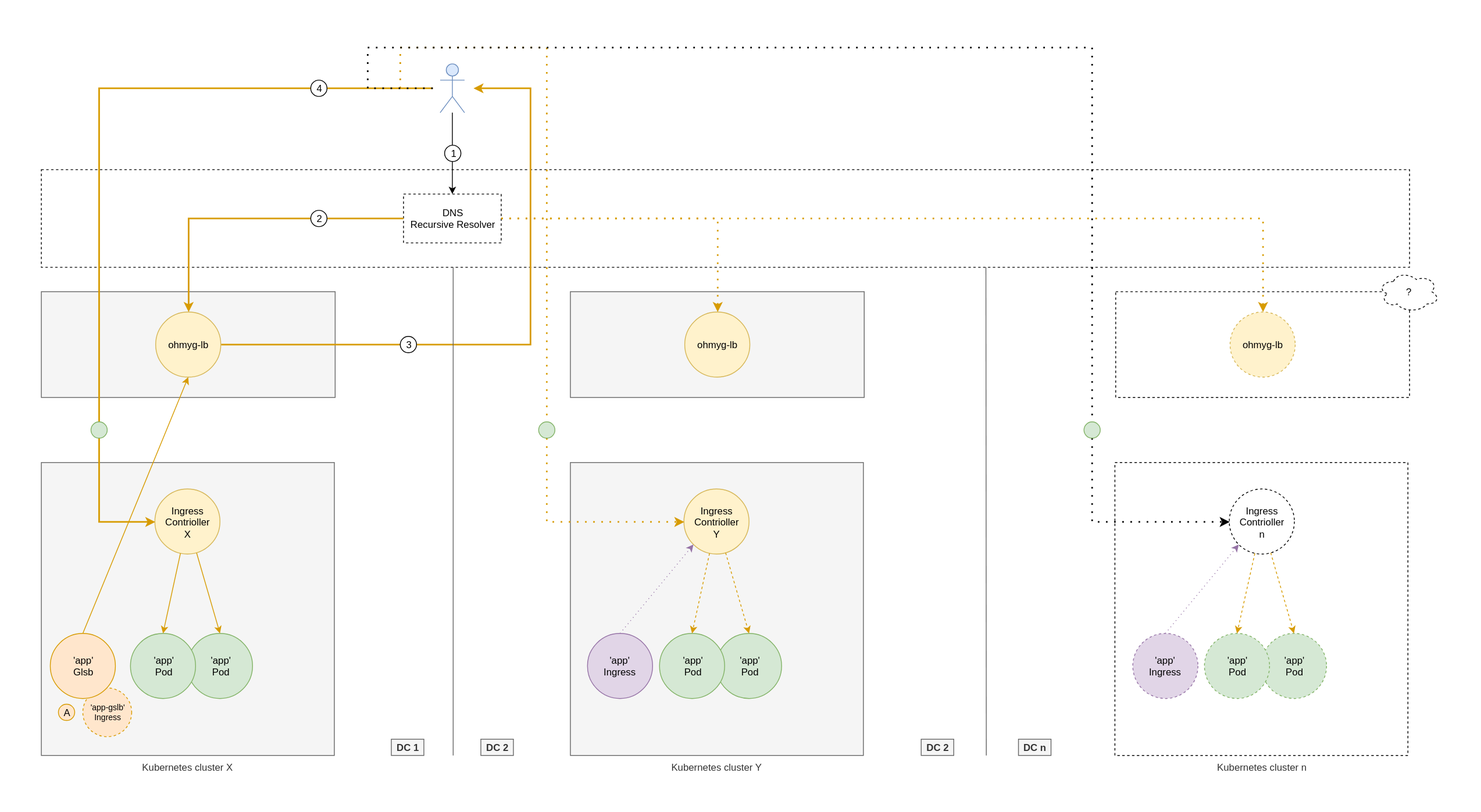
k8gb-io/k8gb keeps this draw.io diagram as docs/images/gslb-basic.svg. Above is the earlier version. Source tidied: cells renumbered, new cells last; positions are measured from the earlier drawing's top-left corner, leaving out a move shared by most shapes.
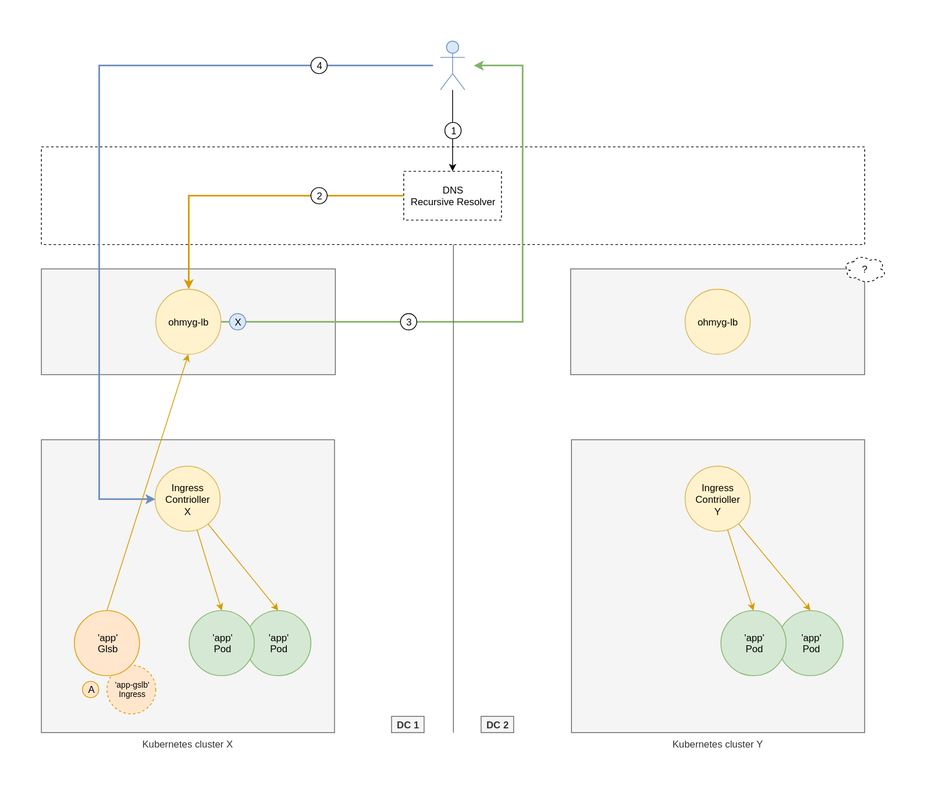
The same diagram one commit later.

What changed in the source:
```diff
@@ -3,7 +3,7 @@
     <mxCell id="0" />
     <mxCell id="1" parent="0" />
     <mxCell id="2" style="rounded=0;whiteSpace=wrap;html=1;dashed=1;" parent="1" vertex="1">
-      <mxGeometry y="150" width="1681" height="120" as="geometry" />
+      <mxGeometry y="150" width="1011" height="120" as="geometry" />
     </mxCell>
     <mxCell id="3" style="edgeStyle=orthogonalEdgeStyle;rounded=0;jettySize=auto;html=1;entryX=0.5;entryY=0;entryDx=0;entryDy=0;" parent="1" edge="1" source="4" target="5">
       <mxGeometry relative="1" as="geometry" />
@@ -24,13 +24,13 @@
       <mxGeometry x="139.5" y="542.5" width="80" height="80" as="geometry" />
     </mxCell>
     <mxCell id="9" value="'app'&lt;br&gt;Pod" style="ellipse;whiteSpace=wrap;html=1;fillColor=#d5e8d4;strokeColor=#82b366;" parent="1" vertex="1">
-      <mxGeometry x="179.5" y="720" width="80" height="80" as="geometry" />
+      <mxGeometry x="251" y="720" width="80" height="80" as="geometry" />
     </mxCell>
     <mxCell id="10" style="edgeStyle=none;rounded=0;jettySize=auto;html=1;entryX=0.5;entryY=0;entryDx=0;entryDy=0;fillColor=#ffe6cc;strokeColor=#d79b00;" parent="1" edge="1" source="8" target="9">
       <mxGeometry relative="1" as="geometry" />
     </mxCell>
     <mxCell id="11" value="'app'&lt;br&gt;Pod" style="ellipse;whiteSpace=wrap;html=1;fillColor=#d5e8d4;strokeColor=#82b366;" parent="1" vertex="1">
-      <mxGeometry x="109.5" y="720" width="80" height="80" as="geometry" />
+      <mxGeometry x="181.5" y="720" width="80" height="80" as="geometry" />
     </mxCell>
     <mxCell id="12" style="rounded=0;jettySize=auto;html=1;entryX=0.5;entryY=0;entryDx=0;entryDy=0;fillColor=#ffe6cc;strokeColor=#d79b00;" parent="1" edge="1" source="8" target="11">
       <mxGeometry relative="1" as="geometry" />
@@ -50,7 +50,7 @@
     <mxCell id="17" value="ohmyg-lb" style="ellipse;whiteSpace=wrap;html=1;fillColor=#fff2cc;strokeColor=#d6b656;" parent="1" vertex="1">
       <mxGeometry x="790.5" y="325" width="80" height="80" as="geometry" />
     </mxCell>
-    <mxCell id="18" style="edgeStyle=orthogonalEdgeStyle;rounded=0;jettySize=auto;html=1;entryX=0;entryY=0.5;entryDx=0;entryDy=0;fillColor=#ffe6cc;strokeColor=#d79b00;strokeWidth=2;" parent="1" edge="1" target="8">
+    <mxCell id="18" style="edgeStyle=orthogonalEdgeStyle;rounded=0;jettySize=auto;html=1;entryX=0;entryY=0.5;entryDx=0;entryDy=0;fillColor=#dae8fc;strokeColor=#6c8ebf;strokeWidth=2;" parent="1" edge="1" target="8">
       <mxGeometry relative="1" as="geometry">
         <mxPoint x="481" y="50" as="sourcePoint" />
         <Array as="points">
@@ -59,12 +59,12 @@
         </Array>
       </mxGeometry>
     </mxCell>
-    <mxCell id="19" style="edgeStyle=orthogonalEdgeStyle;rounded=0;jettySize=auto;html=1;exitX=1;exitY=0.5;exitDx=0;exitDy=0;fillColor=#ffe6cc;strokeColor=#d79b00;strokeWidth=2;" parent="1" edge="1" source="14">
+    <mxCell id="19" style="edgeStyle=orthogonalEdgeStyle;rounded=0;jettySize=auto;html=1;exitX=1;exitY=0.5;exitDx=0;exitDy=0;fillColor=#d5e8d4;strokeColor=#82b366;strokeWidth=2;" parent="1" edge="1" source="14">
       <mxGeometry relative="1" as="geometry">
         <mxPoint x="531" y="50" as="targetPoint" />
         <Array as="points">
-          <mxPoint x="601" y="365" />
-          <mxPoint x="601" y="50" />
+          <mxPoint x="591" y="365" />
+          <mxPoint x="591" y="50" />
         </Array>
       </mxGeometry>
     </mxCell>
@@ -75,143 +75,62 @@
         </Array>
       </mxGeometry>
     </mxCell>
-    <mxCell id="21" value="&lt;span style=&quot;white-space: normal&quot;&gt;Kubernetes cluster Y&lt;/span&gt;" style="rounded=0;whiteSpace=wrap;html=1;fillColor=#f5f5f5;strokeColor=#666666;fontColor=#333333;labelPosition=center;verticalLabelPosition=bottom;align=center;verticalAlign=top;" parent="1" vertex="1">
-      <mxGeometry x="650" y="510" width="360" height="360" as="geometry" />
+    <mxCell id="21" value="2" style="ellipse;whiteSpace=wrap;html=1;fillColor=#FFFFFF;" parent="1" vertex="1">
+      <mxGeometry x="331" y="200" width="20" height="20" as="geometry" />
     </mxCell>
-    <mxCell id="22" value="Ingress Contrioller&lt;br&gt;Y" style="ellipse;whiteSpace=wrap;html=1;fillColor=#fff2cc;strokeColor=#d6b656;" parent="1" vertex="1">
-      <mxGeometry x="789.5" y="542.5" width="80" height="80" as="geometry" />
+    <mxCell id="22" value="4" style="ellipse;whiteSpace=wrap;html=1;fillColor=#FFFFFF;" parent="1" vertex="1">
+      <mxGeometry x="331" y="40" width="20" height="20" as="geometry" />
     </mxCell>
-    <mxCell id="23" value="'app'&lt;br&gt;Pod" style="ellipse;whiteSpace=wrap;html=1;fillColor=#d5e8d4;strokeColor=#82b366;" parent="1" vertex="1">
-      <mxGeometry x="829.5" y="720" width="80" height="80" as="geometry" />
+    <mxCell id="23" style="endArrow=none;html=1;strokeWidth=1;fillColor=#f5f5f5;strokeColor=#666666;rounded=0;" parent="1" edge="1">
+      <mxGeometry relative="1" as="geometry">
+        <mxPoint x="506" y="870" as="sourcePoint" />
+        <mxPoint x="506" y="270" as="targetPoint" />
+      </mxGeometry>
     </mxCell>
-    <mxCell id="24" style="edgeStyle=none;rounded=0;jettySize=auto;html=1;entryX=0.5;entryY=0;entryDx=0;entryDy=0;dashed=1;fillColor=#ffe6cc;strokeColor=#d79b00;" parent="1" edge="1" source="22" target="23">
-      <mxGeometry relative="1" as="geometry" />
+    <mxCell id="24" value="DC 1" style="text;html=1;align=center;verticalAlign=top;spacingTop=-4;fontStyle=1;fillColor=#f5f5f5;strokeColor=#666666;fontColor=#333333;" parent="1" vertex="1">
+      <mxGeometry x="430" y="850" width="40" height="20" as="geometry" />
     </mxCell>
-    <mxCell id="25" value="'app'&lt;br&gt;Pod" style="ellipse;whiteSpace=wrap;html=1;fillColor=#d5e8d4;strokeColor=#82b366;" parent="1" vertex="1">
-      <mxGeometry x="759.5" y="720" width="80" height="80" as="geometry" />
+    <mxCell id="25" value="DC 2" style="text;html=1;points=[];align=center;verticalAlign=top;spacingTop=-4;fontStyle=1;fillColor=#f5f5f5;strokeColor=#666666;fontColor=#333333;" parent="1" vertex="1">
+      <mxGeometry x="540" y="850" width="40" height="20" as="geometry" />
     </mxCell>
-    <mxCell id="26" style="rounded=0;jettySize=auto;html=1;entryX=0.5;entryY=0;entryDx=0;entryDy=0;dashed=1;fillColor=#ffe6cc;strokeColor=#d79b00;" parent="1" edge="1" source="22" target="25">
-      <mxGeometry relative="1" as="geometry" />
+    <mxCell id="26" value="3" style="ellipse;whiteSpace=wrap;html=1;fillColor=#FFFFFF;" parent="1" vertex="1">
+      <mxGeometry x="441" y="355" width="20" height="20" as="geometry" />
     </mxCell>
-    <mxCell id="27" value="2" style="ellipse;whiteSpace=wrap;html=1;fillColor=#FFFFFF;" parent="1" vertex="1">
-      <mxGeometry x="331" y="200" width="20" height="20" as="geometry" />
+    <mxCell id="27" value="?" style="ellipse;shape=cloud;whiteSpace=wrap;html=1;dashed=1;" parent="1" vertex="1">
+      <mxGeometry x="984.5" y="282.5" width="53" height="35" as="geometry" />
     </mxCell>
-    <mxCell id="28" value="4" style="ellipse;whiteSpace=wrap;html=1;fillColor=#FFFFFF;" parent="1" vertex="1">
-      <mxGeometry x="331" y="40" width="20" height="20" as="geometry" />
+    <mxCell id="28" value="A" style="ellipse;whiteSpace=wrap;html=1;fillColor=#ffe6cc;strokeColor=#d79b00;" parent="1" vertex="1">
+      <mxGeometry x="50.5" y="807" width="20" height="20" as="geometry" />
     </mxCell>
-    <mxCell id="29" style="endArrow=none;html=1;strokeWidth=1;fillColor=#f5f5f5;strokeColor=#666666;rounded=0;" parent="1" edge="1">
-      <mxGeometry relative="1" as="geometry">
-        <mxPoint x="506" y="870" as="sourcePoint" />
-        <mxPoint x="506" y="270" as="targetPoint" />
-      </mxGeometry>
+    <mxCell id="29" value="'app-gslb'&lt;br style=&quot;font-size: 10px;&quot;&gt;Ingress" style="ellipse;whiteSpace=wrap;html=1;fillColor=#ffe6cc;strokeColor=#d79b00;fontSize=10;dashed=1;" parent="1" vertex="1">
+      <mxGeometry x="80.5" y="787" width="60" height="60" as="geometry" />
     </mxCell>
-    <mxCell id="30" value="DC 1" style="text;html=1;align=center;verticalAlign=top;spacingTop=-4;fontStyle=1;fillColor=#f5f5f5;strokeColor=#666666;fontColor=#333333;" parent="1" vertex="1">
-      <mxGeometry x="430" y="850" width="40" height="20" as="geometry" />
+    <mxCell id="30" style="edgeStyle=none;rounded=0;jettySize=auto;html=1;exitX=0.5;exitY=0;exitDx=0;exitDy=0;entryX=0.5;entryY=1;entryDx=0;entryDy=0;strokeWidth=1;fontSize=10;fillColor=#ffe6cc;strokeColor=#d79b00;" parent="1" edge="1" source="31" target="14">
+      <mxGeometry relative="1" as="geometry" />
     </mxCell>
-    <mxCell id="31" value="DC 2" style="text;html=1;points=[];align=center;verticalAlign=top;spacingTop=-4;fontStyle=1;fillColor=#f5f5f5;strokeColor=#666666;fontColor=#333333;" parent="1" vertex="1">
-      <mxGeometry x="540" y="850" width="40" height="20" as="geometry" />
+    <mxCell id="31" value="'app'&lt;br&gt;Glsb" style="ellipse;whiteSpace=wrap;html=1;fillColor=#ffe6cc;strokeColor=#d79b00;" parent="1" vertex="1">
+      <mxGeometry x="40.5" y="720" width="80" height="80" as="geometry" />
     </mxCell>
-    <mxCell id="32" value="3" style="ellipse;whiteSpace=wrap;html=1;fillColor=#FFFFFF;" parent="1" vertex="1">
-      <mxGeometry x="441" y="355" width="20" height="20" as="geometry" />
+    <mxCell id="32" value="Kubernetes cluster Y" style="rounded=0;whiteSpace=wrap;html=1;fillColor=#f5f5f5;strokeColor=#666666;fontColor=#333333;labelPosition=center;verticalLabelPosition=bottom;align=center;verticalAlign=top;" parent="1" vertex="1">
+      <mxGeometry x="651" y="510" width="360" height="360" as="geometry" />
     </mxCell>
-    <mxCell id="33" style="edgeStyle=orthogonalEdgeStyle;rounded=0;jettySize=auto;html=1;entryX=0.5;entryY=0;entryDx=0;entryDy=0;fillColor=#ffe6cc;strokeColor=#d79b00;dashed=1;dashPattern=1 4;strokeWidth=2;" parent="1" edge="1" source="5" target="17">
-      <mxGeometry relative="1" as="geometry" />
+    <mxCell id="33" value="Ingress Contrioller&lt;br&gt;Y" style="ellipse;whiteSpace=wrap;html=1;fillColor=#fff2cc;strokeColor=#d6b656;" parent="1" vertex="1">
+      <mxGeometry x="790.5" y="542.5" width="80" height="80" as="geometry" />
     </mxCell>
-    <mxCell id="34" style="rounded=0;whiteSpace=wrap;html=1;dashed=1;" parent="1" vertex="1">
-      <mxGeometry x="1320" y="300" width="361" height="130" as="geometry" />
+    <mxCell id="34" value="'app'&lt;br&gt;Pod" style="ellipse;whiteSpace=wrap;html=1;fillColor=#d5e8d4;strokeColor=#82b366;" parent="1" vertex="1">
+      <mxGeometry x="904.5" y="720" width="80" height="80" as="geometry" />
     </mxCell>
-    <mxCell id="35" value="ohmyg-lb" style="ellipse;whiteSpace=wrap;html=1;fillColor=#fff2cc;strokeColor=#d6b656;dashed=1;" parent="1" vertex="1">
-      <mxGeometry x="1460.5" y="325" width="80" height="80" as="geometry" />
+    <mxCell id="35" style="edgeStyle=none;rounded=0;jettySize=auto;html=1;entryX=0.5;entryY=0;entryDx=0;entryDy=0;fillColor=#ffe6cc;strokeColor=#d79b00;" parent="1" edge="1" source="33" target="34">
+      <mxGeometry relative="1" as="geometry" />
     </mxCell>
-    <mxCell id="36" value="&lt;span style=&quot;color: rgb(51 , 51 , 51) ; white-space: normal&quot;&gt;Kubernetes cluster n&lt;/span&gt;" style="rounded=0;whiteSpace=wrap;html=1;dashed=1;labelPosition=center;verticalLabelPosition=bottom;align=center;verticalAlign=top;" parent="1" vertex="1">
-      <mxGeometry x="1319" y="510" width="360" height="360" as="geometry" />
+    <mxCell id="36" value="'app'&lt;br&gt;Pod" style="ellipse;whiteSpace=wrap;html=1;fillColor=#d5e8d4;strokeColor=#82b366;" parent="1" vertex="1">
+      <mxGeometry x="834.5" y="720" width="80" height="80" as="geometry" />
     </mxCell>
-    <mxCell id="37" value="Ingress Contrioller&lt;br&gt;n" style="ellipse;whiteSpace=wrap;html=1;dashed=1;" parent="1" vertex="1">
-      <mxGeometry x="1459.5" y="542.5" width="80" height="80" as="geometry" />
+    <mxCell id="37" style="rounded=0;jettySize=auto;html=1;entryX=0.5;entryY=0;entryDx=0;entryDy=0;fillColor=#ffe6cc;strokeColor=#d79b00;" parent="1" edge="1" source="33" target="36">
+      <mxGeometry relative="1" as="geometry" />
     </mxCell>
-    <mxCell id="38" value="'app'&lt;br&gt;Pod" style="ellipse;whiteSpace=wrap;html=1;dashed=1;fillColor=#d5e8d4;strokeColor=#82b366;" parent="1" vertex="1">
-      <mxGeometry x="1499" y="720" width="80" height="80" as="geometry" />
+    <mxCell id="38" value="X" style="ellipse;whiteSpace=wrap;html=1;fillColor=#dae8fc;strokeColor=#6c8ebf;" parent="1" vertex="1">
+      <mxGeometry x="231" y="355" width="20" height="20" as="geometry" />
     </mxCell>
-    <mxCell id="39" style="edgeStyle=none;rounded=0;jettySize=auto;html=1;entryX=0.5;entryY=0;entryDx=0;entryDy=0;dashed=1;fillColor=#ffe6cc;strokeColor=#d79b00;" parent="1" edge="1" source="37" target="38">
-      <mxGeometry relative="1" as="geometry" />
-    </mxCell>
-    <mxCell id="40" value="'app'&lt;br&gt;Pod" style="ellipse;whiteSpace=wrap;html=1;dashed=1;fillColor=#d5e8d4;strokeColor=#82b366;" parent="1" vertex="1">
-      <mxGeometry x="1429" y="720" width="80" height="80" as="geometry" />
-    </mxCell>
-    <mxCell id="41" style="rounded=0;jettySize=auto;html=1;entryX=0.5;entryY=0;entryDx=0;entryDy=0;dashed=1;fillColor=#ffe6cc;strokeColor=#d79b00;" parent="1" edge="1" source="37" target="40">
-      <mxGeometry relative="1" as="geometry" />
-    </mxCell>
-    <mxCell id="42" style="endArrow=none;html=1;strokeWidth=1;fillColor=#f5f5f5;strokeColor=#666666;rounded=0;" parent="1" edge="1">
-      <mxGeometry relative="1" as="geometry">
-        <mxPoint x="1161" y="870" as="sourcePoint" />
-        <mxPoint x="1160.5" y="270" as="targetPoint" />
-      </mxGeometry>
-    </mxCell>
-    <mxCell id="43" value="DC n" style="text;html=1;align=center;verticalAlign=top;spacingTop=-4;fontStyle=1;fillColor=#f5f5f5;strokeColor=#666666;fontColor=#333333;" parent="1" vertex="1">
-      <mxGeometry x="1200.5" y="850" width="40" height="20" as="geometry" />
-    </mxCell>
-    <mxCell id="44" style="edgeStyle=orthogonalEdgeStyle;rounded=0;jettySize=auto;html=1;entryX=0.5;entryY=0;entryDx=0;entryDy=0;dashed=1;dashPattern=1 4;strokeWidth=2;fillColor=#ffe6cc;strokeColor=#d79b00;" parent="1" edge="1" source="5" target="35">
-      <mxGeometry relative="1" as="geometry" />
-    </mxCell>
-    <mxCell id="45" value="?" style="ellipse;shape=cloud;whiteSpace=wrap;html=1;dashed=1;" parent="1" vertex="1">
-      <mxGeometry x="1642.5" y="275" width="75" height="50" as="geometry" />
-    </mxCell>
-    <mxCell id="46" value="DC 2" style="text;html=1;align=center;verticalAlign=top;spacingTop=-4;fontStyle=1;fillColor=#f5f5f5;strokeColor=#666666;fontColor=#333333;" parent="1" vertex="1">
-      <mxGeometry x="1081" y="850" width="40" height="20" as="geometry" />
-    </mxCell>
-    <mxCell id="47" style="edgeStyle=orthogonalEdgeStyle;rounded=0;jettySize=auto;html=1;entryX=0;entryY=0.5;entryDx=0;entryDy=0;dashed=1;dashPattern=1 4;strokeWidth=2;fillColor=#ffe6cc;strokeColor=#d79b00;" parent="1" edge="1" target="22">
-      <mxGeometry relative="1" as="geometry">
-        <mxPoint x="441" y="50" as="sourcePoint" />
-        <Array as="points">
-          <mxPoint x="441" />
-          <mxPoint x="621" />
-          <mxPoint x="621" y="583" />
-        </Array>
-      </mxGeometry>
-    </mxCell>
-    <mxCell id="48" style="ellipse;whiteSpace=wrap;html=1;fillColor=#d5e8d4;strokeColor=#82b366;" parent="1" vertex="1">
-      <mxGeometry x="611" y="460" width="20" height="20" as="geometry" />
-    </mxCell>
-    <mxCell id="49" style="edgeStyle=orthogonalEdgeStyle;rounded=0;jettySize=auto;html=1;entryX=0;entryY=0.5;entryDx=0;entryDy=0;dashed=1;dashPattern=1 4;strokeWidth=2;" parent="1" edge="1" target="37">
-      <mxGeometry relative="1" as="geometry">
-        <mxPoint x="481" y="50" as="sourcePoint" />
-        <Array as="points">
-          <mxPoint x="401" y="50" />
-          <mxPoint x="401" />
-          <mxPoint x="1291" />
-          <mxPoint x="1291" y="583" />
-        </Array>
-      </mxGeometry>
-    </mxCell>
-    <mxCell id="50" style="ellipse;whiteSpace=wrap;html=1;fillColor=#d5e8d4;strokeColor=#82b366;" parent="1" vertex="1">
-      <mxGeometry x="1281" y="460" width="20" height="20" as="geometry" />
-    </mxCell>
-    <mxCell id="51" style="ellipse;whiteSpace=wrap;html=1;fillColor=#d5e8d4;strokeColor=#82b366;" parent="1" vertex="1">
-      <mxGeometry x="61" y="460" width="20" height="20" as="geometry" />
-    </mxCell>
-    <mxCell id="52" style="rounded=0;jettySize=auto;html=1;exitX=0.5;exitY=0;exitDx=0;exitDy=0;dashed=1;dashPattern=1 4;strokeWidth=1;fillColor=#e1d5e7;strokeColor=#9673a6;entryX=0;entryY=1;entryDx=0;entryDy=0;" parent="1" edge="1" source="53" target="22">
-      <mxGeometry relative="1" as="geometry" />
-    </mxCell>
-    <mxCell id="53" value="'app'&lt;br&gt;Ingress" style="ellipse;whiteSpace=wrap;html=1;fillColor=#e1d5e7;strokeColor=#9673a6;" parent="1" vertex="1">
-      <mxGeometry x="671" y="720" width="80" height="80" as="geometry" />
-    </mxCell>
-    <mxCell id="54" style="rounded=0;jettySize=auto;html=1;exitX=0.5;exitY=0;exitDx=0;exitDy=0;entryX=0;entryY=1;entryDx=0;entryDy=0;dashed=1;dashPattern=1 4;strokeWidth=1;fillColor=#e1d5e7;strokeColor=#9673a6;" parent="1" edge="1" source="55" target="37">
-      <mxGeometry relative="1" as="geometry" />
-    </mxCell>
-    <mxCell id="55" value="'app'&lt;br&gt;Ingress" style="ellipse;whiteSpace=wrap;html=1;fillColor=#e1d5e7;strokeColor=#9673a6;dashed=1;" parent="1" vertex="1">
-      <mxGeometry x="1341" y="720" width="80" height="80" as="geometry" />
-    </mxCell>
-    <mxCell id="56" value="A" style="ellipse;whiteSpace=wrap;html=1;fillColor=#ffe6cc;strokeColor=#d79b00;" parent="1" vertex="1">
-      <mxGeometry x="21" y="807" width="20" height="20" as="geometry" />
-    </mxCell>
-    <mxCell id="57" value="'app-gslb'&lt;br style=&quot;font-size: 10px;&quot;&gt;Ingress" style="ellipse;whiteSpace=wrap;html=1;fillColor=#ffe6cc;strokeColor=#d79b00;fontSize=10;dashed=1;" parent="1" vertex="1">
-      <mxGeometry x="51" y="787" width="60" height="60" as="geometry" />
-    </mxCell>
-    <mxCell id="58" style="edgeStyle=none;rounded=0;jettySize=auto;html=1;exitX=0.5;exitY=0;exitDx=0;exitDy=0;entryX=0.5;entryY=1;entryDx=0;entryDy=0;strokeWidth=1;fontSize=10;fillColor=#ffe6cc;strokeColor=#d79b00;" parent="1" edge="1" source="59" target="14">
-      <mxGeometry relative="1" as="geometry" />
-    </mxCell>
-    <mxCell id="59" value="'app'&lt;br&gt;Glsb" style="ellipse;whiteSpace=wrap;html=1;fillColor=#ffe6cc;strokeColor=#d79b00;" parent="1" vertex="1">
-      <mxGeometry x="11" y="720" width="80" height="80" as="geometry" />
-    </mxCell>
   </root>
 </mxGraphModel>
```
